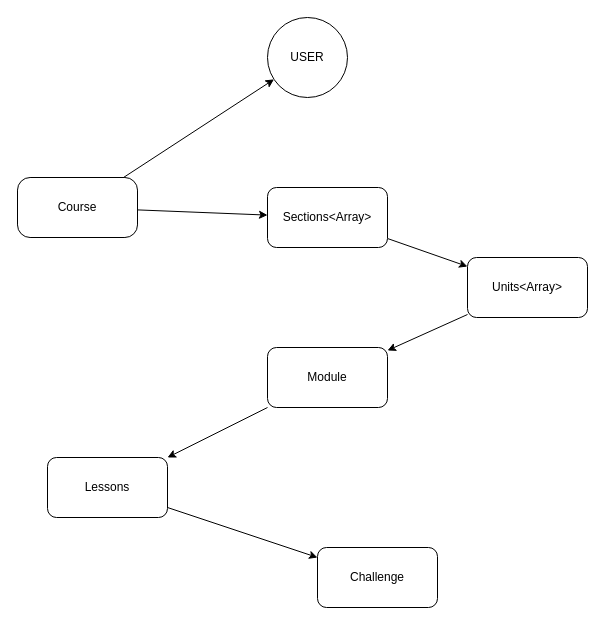
Before: entities.drawio in Gujejiani/Knowable-app_backend, a draw.io diagram. Source tidied: cells renumbered, new cells numbered last; positions are measured from the earlier drawing's top-left corner, leaving out a move shared by most shapes. Both pictures are drawn from the tidied source at 100%, with x=0, y=0 at pixel (17, 17).
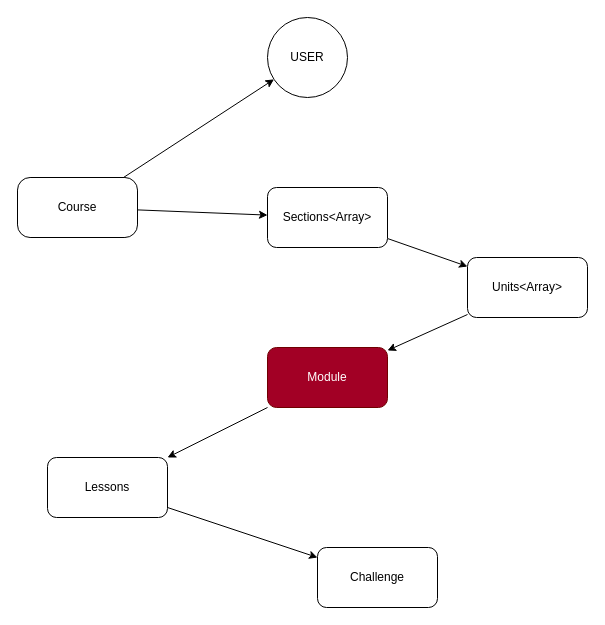
After the change.

Diff of the diagram source:
```diff
@@
 <mxGraphModel>
   <root>
     <mxCell id="0" />
     <mxCell id="1" parent="0" />
     <mxCell id="2" style="edgeStyle=none;html=1;" parent="1" edge="1" source="4" target="6">
       <mxGeometry relative="1" as="geometry" />
     </mxCell>
     <mxCell id="3" style="edgeStyle=none;html=1;" parent="1" edge="1" source="4" target="14">
       <mxGeometry relative="1" as="geometry" />
     </mxCell>
     <mxCell id="4" value="Course" style="rounded=1;whiteSpace=wrap;html=1;arcSize=21;" parent="1" vertex="1">
       <mxGeometry y="160" width="120" height="60" as="geometry" />
     </mxCell>
     <mxCell id="5" style="edgeStyle=none;html=1;" parent="1" edge="1" source="6" target="8">
       <mxGeometry relative="1" as="geometry" />
     </mxCell>
     <mxCell id="6" value="Sections&amp;lt;Array&amp;gt;" style="rounded=1;whiteSpace=wrap;html=1;" parent="1" vertex="1">
       <mxGeometry x="250" y="170" width="120" height="60" as="geometry" />
     </mxCell>
     <mxCell id="7" style="edgeStyle=none;html=1;" parent="1" edge="1" source="8" target="10">
       <mxGeometry relative="1" as="geometry" />
     </mxCell>
     <mxCell id="8" value="Units&amp;lt;Array&amp;gt;&lt;br&gt;" style="whiteSpace=wrap;html=1;rounded=1;" parent="1" vertex="1">
       <mxGeometry x="450" y="240" width="120" height="60" as="geometry" />
     </mxCell>
     <mxCell id="9" style="edgeStyle=none;html=1;" parent="1" edge="1" source="10" target="12">
       <mxGeometry relative="1" as="geometry" />
     </mxCell>
-    <mxCell id="10" value="Module" style="whiteSpace=wrap;html=1;rounded=1;" parent="1" vertex="1">
+    <mxCell id="10" value="Module" style="whiteSpace=wrap;html=1;rounded=1;fillColor=#a20025;fontColor=#ffffff;strokeColor=#6F0000;" parent="1" vertex="1">
       <mxGeometry x="250" y="330" width="120" height="60" as="geometry" />
     </mxCell>
     <mxCell id="11" style="edgeStyle=none;html=1;" parent="1" edge="1" source="12" target="13">
       <mxGeometry relative="1" as="geometry" />
     </mxCell>
     <mxCell id="12" value="Lessons" style="whiteSpace=wrap;html=1;rounded=1;" parent="1" vertex="1">
       <mxGeometry x="30" y="440" width="120" height="60" as="geometry" />
     </mxCell>
     <mxCell id="13" value="Challenge" style="whiteSpace=wrap;html=1;rounded=1;" parent="1" vertex="1">
       <mxGeometry x="300" y="530" width="120" height="60" as="geometry" />
     </mxCell>
     <mxCell id="14" value="USER" style="ellipse;whiteSpace=wrap;html=1;rounded=1;arcSize=21;" parent="1" vertex="1">
       <mxGeometry x="250" width="80" height="80" as="geometry" />
     </mxCell>
   </root>
 </mxGraphModel>
```
